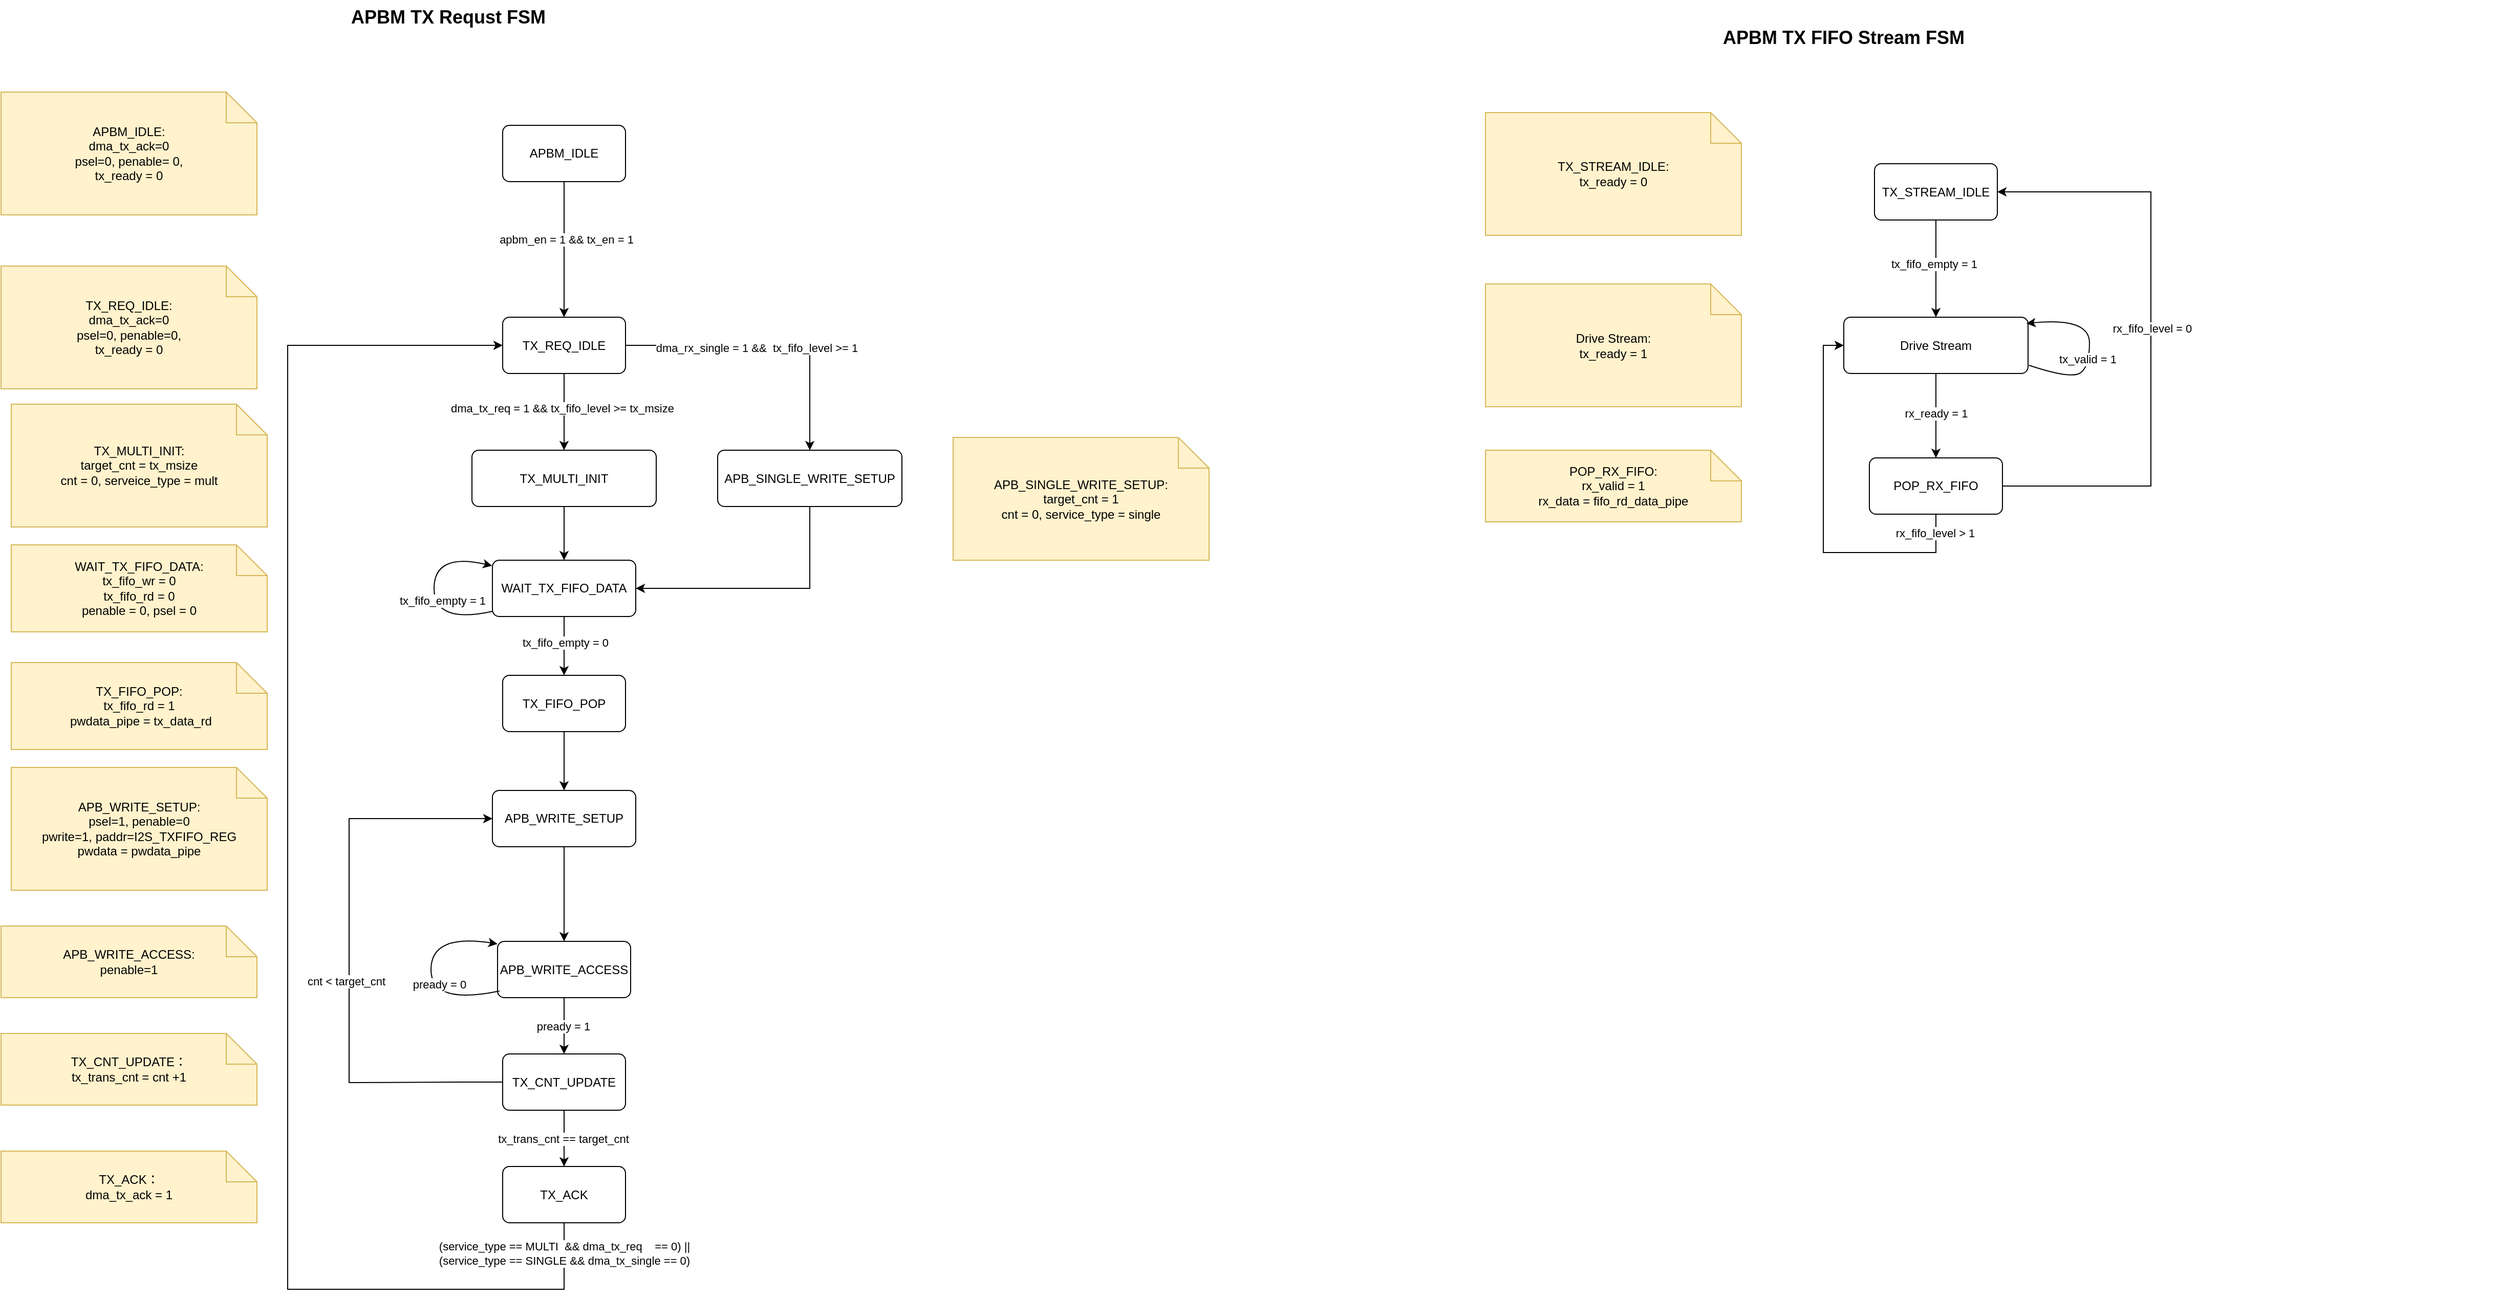
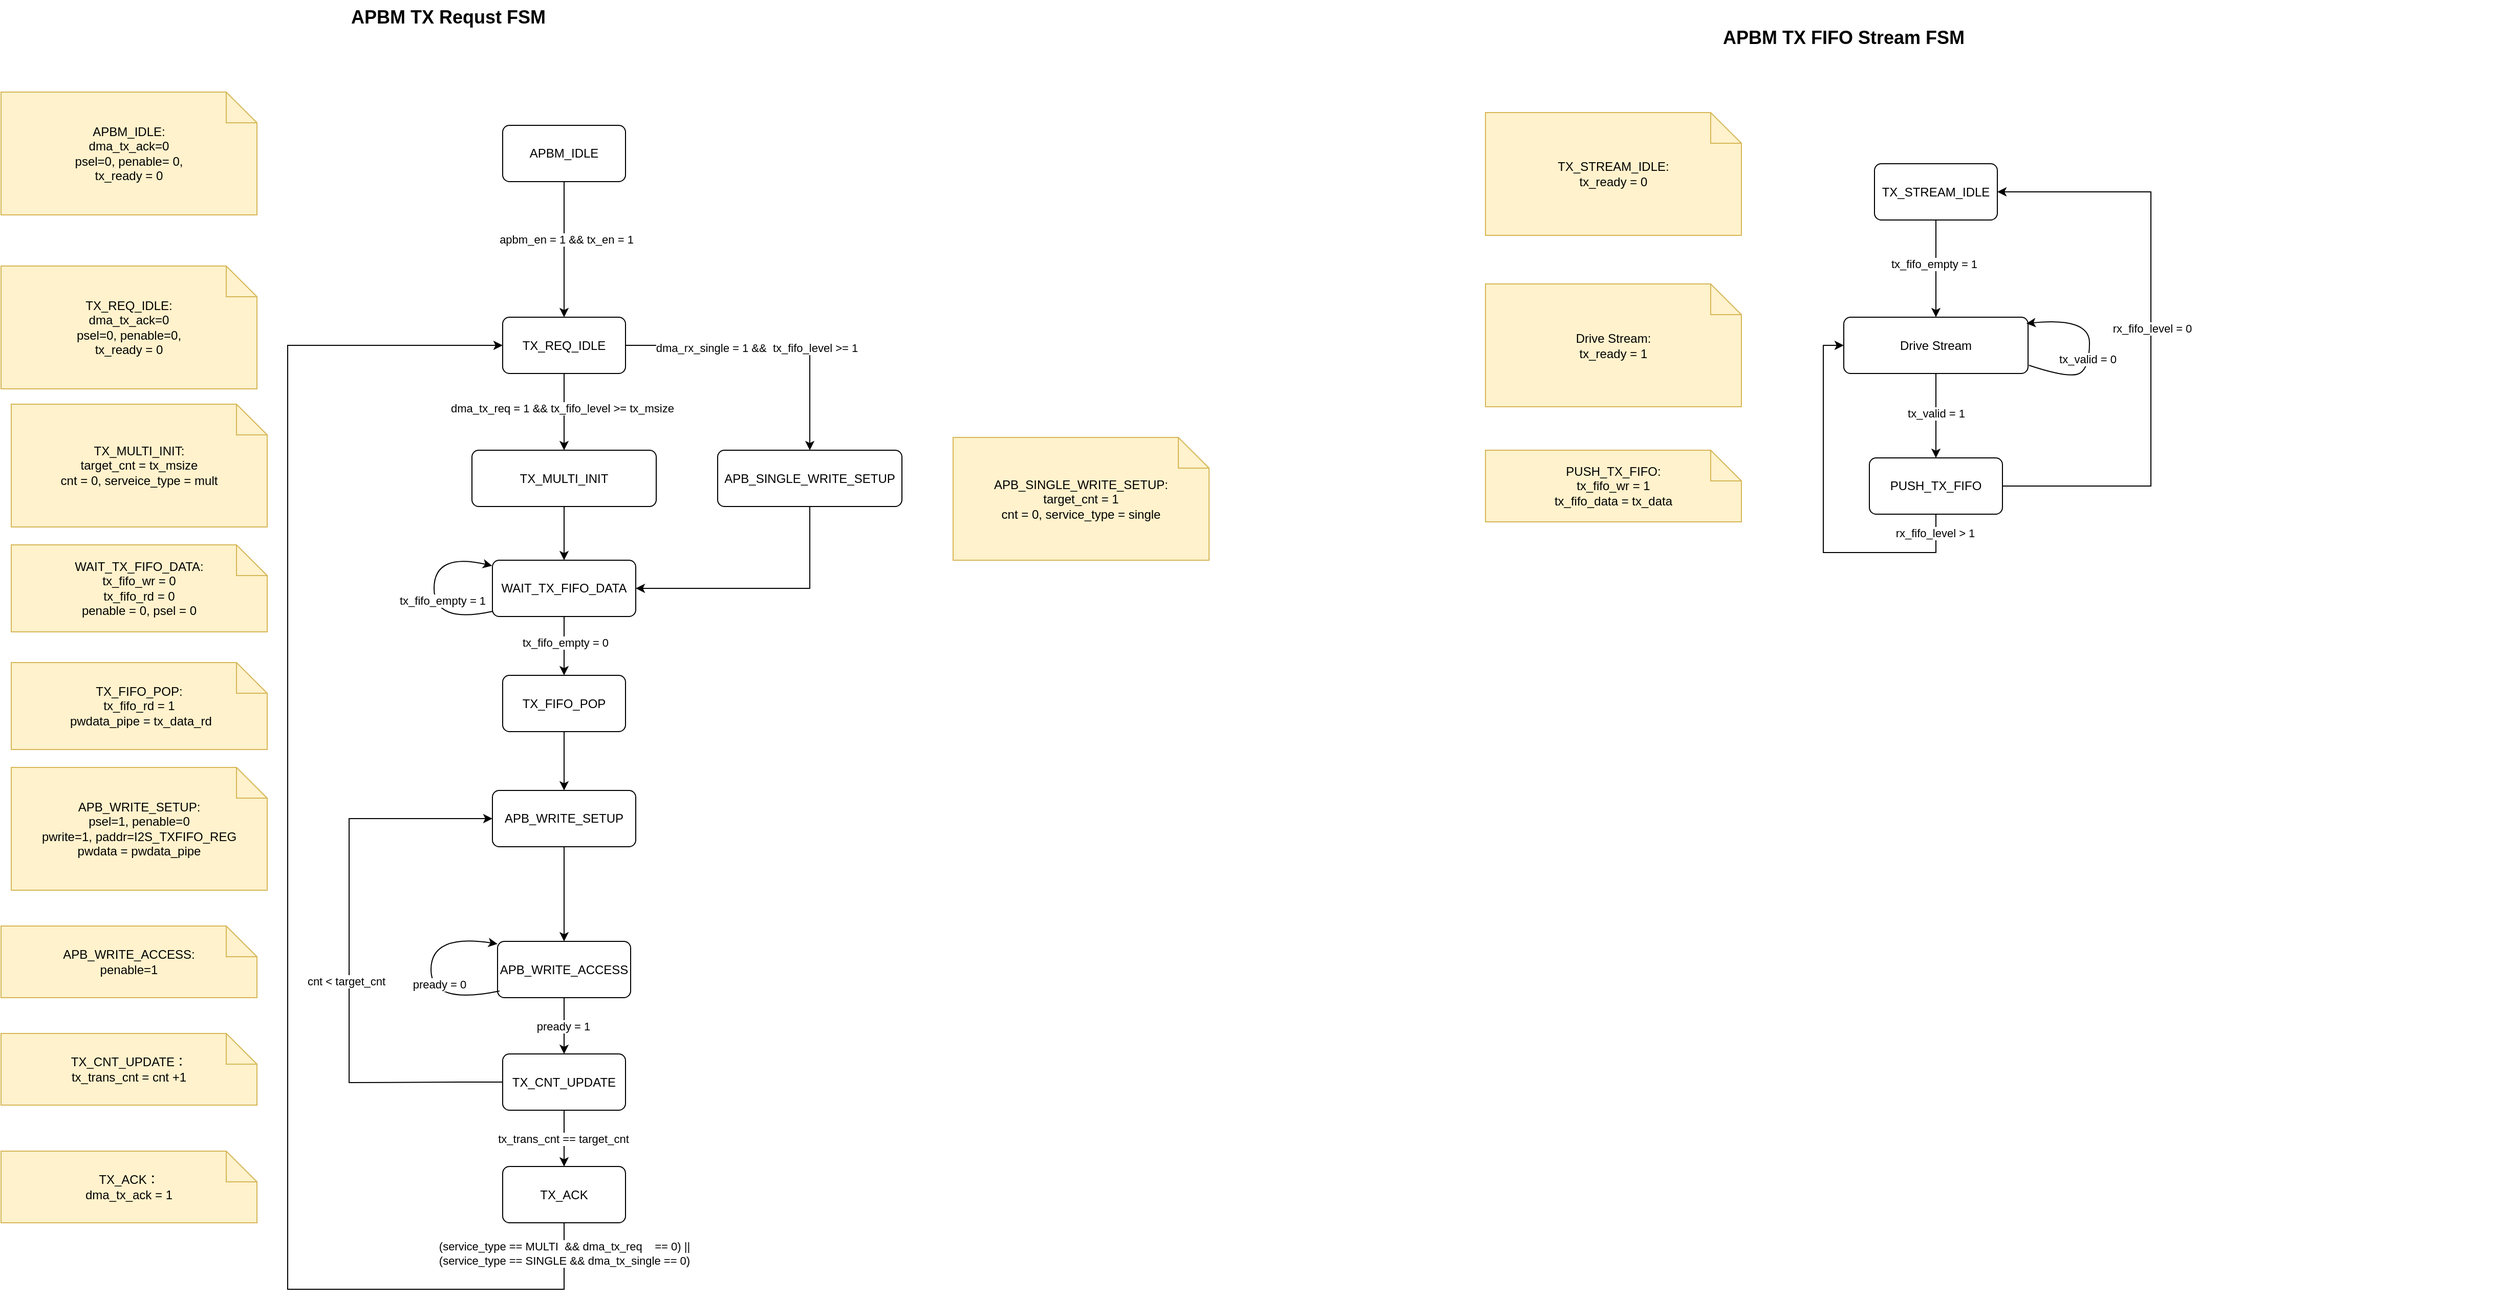
<mxfile host="app.diagrams.net">
  <diagram name="第 1 页" id="fH5n9Me7nUtPE_JYtTzi">
    <mxGraphModel dx="619" dy="350" grid="1" gridSize="10" guides="1" tooltips="1" connect="1" arrows="1" fold="1" page="1" pageScale="1" pageWidth="827" pageHeight="1169" math="0" shadow="0">
      <root>
        <mxCell id="0" />
        <mxCell id="1" parent="0" />
        <mxCell id="Ly1VW1kiYANL2SHkxWqd-1" parent="1" style="text;html=1;strokeColor=none;fillColor=none;fontSize=18;fontStyle=1;" value="APBM TX Requst FSM&amp;nbsp;&amp;nbsp;" vertex="1">
          <mxGeometry height="40" width="760" x="810" y="130" as="geometry" />
        </mxCell>
        <mxCell id="Ly1VW1kiYANL2SHkxWqd-2" parent="1" style="rounded=1;whiteSpace=wrap;html=1;arcSize=12;fillColor=#ffffff;strokeColor=#000000;" value="TX_REQ_IDLE" vertex="1">
          <mxGeometry height="55" width="120" x="960" y="440" as="geometry" />
        </mxCell>
        <mxCell id="Ly1VW1kiYANL2SHkxWqd-3" parent="1" style="rounded=1;whiteSpace=wrap;html=1;arcSize=12;fillColor=#ffffff;strokeColor=#000000;" value="APB_WRITE_SETUP" vertex="1">
          <mxGeometry height="55" width="140" x="950" y="902.5" as="geometry" />
        </mxCell>
        <mxCell id="Ly1VW1kiYANL2SHkxWqd-4" edge="1" parent="1" source="Ly1VW1kiYANL2SHkxWqd-2" style="endArrow=classic;html=1;rounded=0;exitX=0.5;exitY=1;exitDx=0;exitDy=0;entryX=0.5;entryY=0;entryDx=0;entryDy=0;" target="Ly1VW1kiYANL2SHkxWqd-40" value="">
          <mxGeometry height="50" relative="1" width="50" as="geometry">
            <mxPoint x="1040" y="560" as="sourcePoint" />
            <mxPoint x="1020" y="570" as="targetPoint" />
          </mxGeometry>
        </mxCell>
        <mxCell id="Ly1VW1kiYANL2SHkxWqd-5" connectable="0" parent="Ly1VW1kiYANL2SHkxWqd-4" style="edgeLabel;html=1;align=center;verticalAlign=middle;resizable=0;points=[];" value="dma_tx_req = 1 &amp;amp;&amp;amp; tx_fifo_level &amp;gt;= tx_msize" vertex="1">
          <mxGeometry relative="1" x="-0.0927" y="-2" as="geometry">
            <mxPoint as="offset" />
          </mxGeometry>
        </mxCell>
        <mxCell id="Ly1VW1kiYANL2SHkxWqd-6" parent="1" style="shape=note;whiteSpace=wrap;html=1;fillColor=#fff2cc;strokeColor=#d6b656;" value="APB_WRITE_SETUP:&lt;div&gt;psel=1, penable=0&lt;br&gt;pwrite=1, paddr=I2S_TXFIFO_REG&lt;/div&gt;&lt;div&gt;pwdata = pwdata_pipe&lt;/div&gt;" vertex="1">
          <mxGeometry height="120" width="250" x="480" y="880" as="geometry" />
        </mxCell>
        <mxCell id="Ly1VW1kiYANL2SHkxWqd-7" parent="1" style="rounded=1;whiteSpace=wrap;html=1;arcSize=12;fillColor=#ffffff;strokeColor=#000000;" value="APB_WRITE_ACCESS" vertex="1">
          <mxGeometry height="55" width="130" x="955" y="1050" as="geometry" />
        </mxCell>
        <mxCell id="Ly1VW1kiYANL2SHkxWqd-8" edge="1" parent="1" source="Ly1VW1kiYANL2SHkxWqd-3" style="endArrow=classic;html=1;rounded=0;exitX=0.5;exitY=1;exitDx=0;exitDy=0;entryX=0.5;entryY=0;entryDx=0;entryDy=0;" target="Ly1VW1kiYANL2SHkxWqd-7" value="">
          <mxGeometry height="50" relative="1" width="50" as="geometry">
            <mxPoint x="1030" y="1032.5" as="sourcePoint" />
            <mxPoint x="1080" y="982.5" as="targetPoint" />
          </mxGeometry>
        </mxCell>
        <mxCell id="Ly1VW1kiYANL2SHkxWqd-9" parent="1" style="shape=note;whiteSpace=wrap;html=1;fillColor=#fff2cc;strokeColor=#d6b656;" value="APB_WRITE_ACCESS:&lt;br&gt;penable=1" vertex="1">
          <mxGeometry height="70" width="250" x="470" y="1035" as="geometry" />
        </mxCell>
        <mxCell id="Ly1VW1kiYANL2SHkxWqd-10" edge="1" parent="1" source="Ly1VW1kiYANL2SHkxWqd-7" style="curved=1;endArrow=classic;html=1;rounded=0;exitX=0.015;exitY=0.881;exitDx=0;exitDy=0;entryX=0;entryY=0;entryDx=0;entryDy=0;exitPerimeter=0;" value="">
          <mxGeometry height="50" relative="1" width="50" as="geometry">
            <Array as="points">
              <mxPoint x="890" y="1112.5" />
              <mxPoint x="890" y="1042.5" />
            </Array>
            <mxPoint x="955" y="1107.5" as="sourcePoint" />
            <mxPoint x="955" y="1052.5" as="targetPoint" />
          </mxGeometry>
        </mxCell>
        <mxCell id="Ly1VW1kiYANL2SHkxWqd-11" connectable="0" parent="Ly1VW1kiYANL2SHkxWqd-10" style="edgeLabel;html=1;align=center;verticalAlign=middle;resizable=0;points=[];" value="pready = 0" vertex="1">
          <mxGeometry relative="1" x="-0.1215" y="-8" as="geometry">
            <mxPoint as="offset" />
          </mxGeometry>
        </mxCell>
        <mxCell id="Ly1VW1kiYANL2SHkxWqd-12" parent="1" style="rounded=1;whiteSpace=wrap;html=1;arcSize=12;fillColor=#ffffff;strokeColor=#000000;" value="WAIT_TX_FIFO_DATA" vertex="1">
          <mxGeometry height="55" width="140" x="950" y="677.5" as="geometry" />
        </mxCell>
        <mxCell id="Ly1VW1kiYANL2SHkxWqd-13" edge="1" parent="1" source="Ly1VW1kiYANL2SHkxWqd-7" style="endArrow=classic;html=1;rounded=0;exitX=0.5;exitY=1;exitDx=0;exitDy=0;entryX=0.5;entryY=0;entryDx=0;entryDy=0;" target="Ly1VW1kiYANL2SHkxWqd-47" value="">
          <mxGeometry height="50" relative="1" width="50" as="geometry">
            <mxPoint x="1010" y="1182.5" as="sourcePoint" />
            <mxPoint x="1020" y="1150" as="targetPoint" />
          </mxGeometry>
        </mxCell>
        <mxCell id="Ly1VW1kiYANL2SHkxWqd-14" connectable="0" parent="Ly1VW1kiYANL2SHkxWqd-13" style="edgeLabel;html=1;align=center;verticalAlign=middle;resizable=0;points=[];" value="pready = 1" vertex="1">
          <mxGeometry relative="1" x="0.0089" y="-1" as="geometry">
            <mxPoint as="offset" />
          </mxGeometry>
        </mxCell>
        <mxCell id="Ly1VW1kiYANL2SHkxWqd-15" parent="1" style="shape=note;whiteSpace=wrap;html=1;fillColor=#fff2cc;strokeColor=#d6b656;" value="WAIT_TX_FIFO_DATA:&lt;div&gt;tx_fifo_wr = 0&lt;/div&gt;&lt;div&gt;tx_fifo_rd = 0&lt;br&gt;&lt;/div&gt;&lt;div&gt;penable = 0, psel = 0&lt;/div&gt;" vertex="1">
          <mxGeometry height="85" width="250" x="480" y="662.5" as="geometry" />
        </mxCell>
        <mxCell id="Ly1VW1kiYANL2SHkxWqd-16" parent="1" style="rounded=1;whiteSpace=wrap;html=1;arcSize=12;fillColor=#ffffff;strokeColor=#000000;" value="TX_ACK" vertex="1">
          <mxGeometry height="55" width="120" x="960" y="1270" as="geometry" />
        </mxCell>
        <mxCell id="Ly1VW1kiYANL2SHkxWqd-17" edge="1" parent="1" source="Ly1VW1kiYANL2SHkxWqd-47" style="endArrow=classic;html=1;rounded=0;exitX=0.5;exitY=1;exitDx=0;exitDy=0;entryX=0.5;entryY=0;entryDx=0;entryDy=0;" target="Ly1VW1kiYANL2SHkxWqd-16" value="">
          <mxGeometry height="50" relative="1" width="50" as="geometry">
            <mxPoint x="1150.3600000000001" y="1105" as="sourcePoint" />
            <mxPoint x="1150" y="1140" as="targetPoint" />
          </mxGeometry>
        </mxCell>
        <mxCell id="Ly1VW1kiYANL2SHkxWqd-18" connectable="0" parent="Ly1VW1kiYANL2SHkxWqd-17" style="edgeLabel;html=1;align=center;verticalAlign=middle;resizable=0;points=[];" value="tx_trans_cnt == target_cnt" vertex="1">
          <mxGeometry relative="1" x="0.0089" y="-1" as="geometry">
            <mxPoint as="offset" />
          </mxGeometry>
        </mxCell>
        <mxCell id="Ly1VW1kiYANL2SHkxWqd-19" parent="1" style="shape=note;whiteSpace=wrap;html=1;fillColor=#fff2cc;strokeColor=#d6b656;" value="TX_ACK：&lt;div&gt;dma_tx_ack = 1&lt;/div&gt;" vertex="1">
          <mxGeometry height="70" width="250" x="470" y="1255" as="geometry" />
        </mxCell>
        <mxCell id="Ly1VW1kiYANL2SHkxWqd-20" parent="1" style="shape=note;whiteSpace=wrap;html=1;fillColor=#fff2cc;strokeColor=#d6b656;" value="TX_REQ_IDLE:&lt;div&gt;dma_tx_ack=0&lt;/div&gt;&lt;div&gt;psel=0, penable=0,&lt;br&gt;&lt;/div&gt;&lt;div&gt;tx_ready = 0&lt;br&gt;&lt;/div&gt;" vertex="1">
          <mxGeometry height="120" width="250" x="470" y="390" as="geometry" />
        </mxCell>
        <mxCell id="Ly1VW1kiYANL2SHkxWqd-21" edge="1" parent="1" source="Ly1VW1kiYANL2SHkxWqd-16" style="endArrow=classic;html=1;rounded=0;exitX=0.5;exitY=1;exitDx=0;exitDy=0;edgeStyle=orthogonalEdgeStyle;entryX=0;entryY=0.5;entryDx=0;entryDy=0;" target="Ly1VW1kiYANL2SHkxWqd-2" value="">
          <mxGeometry height="50" relative="1" width="50" as="geometry">
            <Array as="points">
              <mxPoint x="1020" y="1390" />
              <mxPoint x="750" y="1390" />
              <mxPoint x="750" y="467" />
            </Array>
            <mxPoint x="909.95" y="1052.5" as="sourcePoint" />
            <mxPoint x="850" y="465" as="targetPoint" />
          </mxGeometry>
        </mxCell>
        <mxCell id="Ly1VW1kiYANL2SHkxWqd-22" connectable="0" parent="Ly1VW1kiYANL2SHkxWqd-21" style="edgeLabel;html=1;align=center;verticalAlign=middle;resizable=0;points=[];" value="&lt;div&gt;(service_type == MULTI&amp;nbsp; &amp;amp;&amp;amp; dma_tx_req&amp;nbsp; &amp;nbsp; == 0) ||&lt;/div&gt;&lt;div&gt;(service_type == SINGLE &amp;amp;&amp;amp; dma_tx_single == 0)&lt;/div&gt;" vertex="1">
          <mxGeometry relative="1" x="-0.9589" as="geometry">
            <mxPoint as="offset" />
          </mxGeometry>
        </mxCell>
        <mxCell id="Ly1VW1kiYANL2SHkxWqd-23" edge="1" parent="1" source="Ly1VW1kiYANL2SHkxWqd-2" style="endArrow=classic;html=1;rounded=0;exitX=1;exitY=0.5;exitDx=0;exitDy=0;edgeStyle=orthogonalEdgeStyle;entryX=0.5;entryY=0;entryDx=0;entryDy=0;" target="Ly1VW1kiYANL2SHkxWqd-25" value="">
          <mxGeometry height="50" relative="1" width="50" as="geometry">
            <mxPoint x="1250" y="540" as="sourcePoint" />
            <mxPoint x="1260" y="560" as="targetPoint" />
          </mxGeometry>
        </mxCell>
        <mxCell id="Ly1VW1kiYANL2SHkxWqd-24" connectable="0" parent="Ly1VW1kiYANL2SHkxWqd-23" style="edgeLabel;html=1;align=center;verticalAlign=middle;resizable=0;points=[];" value="dma_rx_single = 1 &amp;amp;&amp;amp;&amp;nbsp; tx_fifo_level &amp;gt;= 1" vertex="1">
          <mxGeometry relative="1" x="-0.0927" y="-2" as="geometry">
            <mxPoint as="offset" />
          </mxGeometry>
        </mxCell>
        <mxCell id="Ly1VW1kiYANL2SHkxWqd-25" parent="1" style="rounded=1;whiteSpace=wrap;html=1;arcSize=12;fillColor=#ffffff;strokeColor=#000000;" value="APB_SINGLE_WRITE_SETUP" vertex="1">
          <mxGeometry height="55" width="180" x="1170" y="570" as="geometry" />
        </mxCell>
        <mxCell id="Ly1VW1kiYANL2SHkxWqd-26" parent="1" style="shape=note;whiteSpace=wrap;html=1;fillColor=#fff2cc;strokeColor=#d6b656;" value="APB_SINGLE_WRITE_SETUP:&lt;div&gt;target_cnt = 1&lt;br&gt;cnt = 0, service_type = single&lt;/div&gt;" vertex="1">
          <mxGeometry height="120" width="250" x="1400" y="557.5" as="geometry" />
        </mxCell>
        <mxCell id="Ly1VW1kiYANL2SHkxWqd-27" edge="1" parent="1" source="Ly1VW1kiYANL2SHkxWqd-25" style="endArrow=classic;html=1;rounded=0;exitX=0.5;exitY=1;exitDx=0;exitDy=0;edgeStyle=orthogonalEdgeStyle;entryX=1;entryY=0.5;entryDx=0;entryDy=0;" target="Ly1VW1kiYANL2SHkxWqd-12" value="">
          <mxGeometry height="50" relative="1" width="50" as="geometry">
            <mxPoint x="1230" y="950" as="sourcePoint" />
            <mxPoint x="1210" y="680" as="targetPoint" />
          </mxGeometry>
        </mxCell>
        <mxCell id="Ly1VW1kiYANL2SHkxWqd-28" parent="1" style="rounded=1;whiteSpace=wrap;html=1;arcSize=12;fillColor=#ffffff;strokeColor=#000000;" value="TX_FIFO_POP" vertex="1">
          <mxGeometry height="55" width="120" x="960" y="790" as="geometry" />
        </mxCell>
        <mxCell id="Ly1VW1kiYANL2SHkxWqd-29" edge="1" parent="1" source="Ly1VW1kiYANL2SHkxWqd-12" style="endArrow=classic;html=1;rounded=0;exitX=0.5;exitY=1;exitDx=0;exitDy=0;entryX=0.5;entryY=0;entryDx=0;entryDy=0;" target="Ly1VW1kiYANL2SHkxWqd-28" value="">
          <mxGeometry height="50" relative="1" width="50" as="geometry">
            <mxPoint x="1090" y="797.5" as="sourcePoint" />
            <mxPoint x="1040" y="787.5" as="targetPoint" />
          </mxGeometry>
        </mxCell>
        <mxCell id="Ly1VW1kiYANL2SHkxWqd-30" connectable="0" parent="Ly1VW1kiYANL2SHkxWqd-29" style="edgeLabel;html=1;align=center;verticalAlign=middle;resizable=0;points=[];" value="tx_fifo_empty = 0" vertex="1">
          <mxGeometry relative="1" x="-0.1138" y="1" as="geometry">
            <mxPoint as="offset" />
          </mxGeometry>
        </mxCell>
        <mxCell id="Ly1VW1kiYANL2SHkxWqd-31" edge="1" parent="1" style="curved=1;endArrow=classic;html=1;rounded=0;entryX=-0.002;entryY=0.099;entryDx=0;entryDy=0;entryPerimeter=0;" target="Ly1VW1kiYANL2SHkxWqd-12" value="">
          <mxGeometry height="50" relative="1" width="50" as="geometry">
            <Array as="points">
              <mxPoint x="893" y="740" />
              <mxPoint x="893" y="670" />
            </Array>
            <mxPoint x="950" y="727.5" as="sourcePoint" />
            <mxPoint x="958" y="680" as="targetPoint" />
          </mxGeometry>
        </mxCell>
        <mxCell id="Ly1VW1kiYANL2SHkxWqd-32" connectable="0" parent="Ly1VW1kiYANL2SHkxWqd-31" style="edgeLabel;html=1;align=center;verticalAlign=middle;resizable=0;points=[];" value="tx_fifo_empty = 1" vertex="1">
          <mxGeometry relative="1" x="-0.1215" y="-8" as="geometry">
            <mxPoint as="offset" />
          </mxGeometry>
        </mxCell>
        <mxCell id="Ly1VW1kiYANL2SHkxWqd-33" parent="1" style="shape=note;whiteSpace=wrap;html=1;fillColor=#fff2cc;strokeColor=#d6b656;" value="TX_FIFO_POP:&lt;div&gt;tx_fifo_rd = 1&lt;br&gt;&lt;div&gt;&amp;nbsp;pwdata_pipe = tx_data_rd&lt;/div&gt;&lt;/div&gt;" vertex="1">
          <mxGeometry height="85" width="250" x="480" y="777.5" as="geometry" />
        </mxCell>
        <mxCell id="Ly1VW1kiYANL2SHkxWqd-34" parent="1" style="rounded=1;whiteSpace=wrap;html=1;arcSize=12;fillColor=#ffffff;strokeColor=#000000;" value="APBM_IDLE" vertex="1">
          <mxGeometry height="55" width="120" x="960" y="252.5" as="geometry" />
        </mxCell>
        <mxCell id="Ly1VW1kiYANL2SHkxWqd-35" edge="1" parent="1" source="Ly1VW1kiYANL2SHkxWqd-34" style="endArrow=classic;html=1;rounded=0;exitX=0.5;exitY=1;exitDx=0;exitDy=0;" target="Ly1VW1kiYANL2SHkxWqd-2" value="">
          <mxGeometry height="50" relative="1" width="50" as="geometry">
            <mxPoint x="1060" y="360" as="sourcePoint" />
            <mxPoint x="1110" y="310" as="targetPoint" />
          </mxGeometry>
        </mxCell>
        <mxCell id="Ly1VW1kiYANL2SHkxWqd-36" connectable="0" parent="Ly1VW1kiYANL2SHkxWqd-35" style="edgeLabel;html=1;align=center;verticalAlign=middle;resizable=0;points=[];" value="apbm_en = 1 &amp;amp;&amp;amp; tx_en = 1" vertex="1">
          <mxGeometry relative="1" x="-0.1446" y="2" as="geometry">
            <mxPoint as="offset" />
          </mxGeometry>
        </mxCell>
        <mxCell id="Ly1VW1kiYANL2SHkxWqd-37" parent="1" style="shape=note;whiteSpace=wrap;html=1;fillColor=#fff2cc;strokeColor=#d6b656;" value="APBM_IDLE:&lt;div&gt;dma_tx_ack=0&lt;/div&gt;&lt;div&gt;psel=0, penable= 0,&lt;br&gt;&lt;/div&gt;&lt;div&gt;tx_ready = 0&lt;/div&gt;" vertex="1">
          <mxGeometry height="120" width="250" x="470" y="220" as="geometry" />
        </mxCell>
        <mxCell id="Ly1VW1kiYANL2SHkxWqd-38" edge="1" parent="1" source="Ly1VW1kiYANL2SHkxWqd-47" style="endArrow=classic;html=1;rounded=0;edgeStyle=orthogonalEdgeStyle;entryX=0;entryY=0.5;entryDx=0;entryDy=0;exitX=0;exitY=0.5;exitDx=0;exitDy=0;" target="Ly1VW1kiYANL2SHkxWqd-3" value="">
          <mxGeometry height="50" relative="1" width="50" as="geometry">
            <Array as="points">
              <mxPoint x="920" y="1187" />
              <mxPoint x="810" y="1188" />
              <mxPoint x="810" y="930" />
            </Array>
            <mxPoint x="920" y="1150" as="sourcePoint" />
            <mxPoint x="800" y="810" as="targetPoint" />
          </mxGeometry>
        </mxCell>
        <mxCell id="Ly1VW1kiYANL2SHkxWqd-39" connectable="0" parent="Ly1VW1kiYANL2SHkxWqd-38" style="edgeLabel;html=1;align=center;verticalAlign=middle;resizable=0;points=[];" value="cnt &amp;lt; target_cnt" vertex="1">
          <mxGeometry relative="1" x="-0.0902" y="3" as="geometry">
            <mxPoint as="offset" />
          </mxGeometry>
        </mxCell>
        <mxCell id="Ly1VW1kiYANL2SHkxWqd-40" parent="1" style="rounded=1;whiteSpace=wrap;html=1;arcSize=12;fillColor=#ffffff;strokeColor=#000000;" value="TX_MULTI_INIT" vertex="1">
          <mxGeometry height="55" width="180" x="930" y="570" as="geometry" />
        </mxCell>
        <mxCell id="Ly1VW1kiYANL2SHkxWqd-41" edge="1" parent="1" source="Ly1VW1kiYANL2SHkxWqd-40" style="endArrow=classic;html=1;rounded=0;exitX=0.5;exitY=1;exitDx=0;exitDy=0;entryX=0.5;entryY=0;entryDx=0;entryDy=0;" target="Ly1VW1kiYANL2SHkxWqd-12" value="">
          <mxGeometry height="50" relative="1" width="50" as="geometry">
            <mxPoint x="1010" y="640" as="sourcePoint" />
            <mxPoint x="1020" y="670" as="targetPoint" />
          </mxGeometry>
        </mxCell>
        <mxCell id="Ly1VW1kiYANL2SHkxWqd-42" parent="1" style="shape=note;whiteSpace=wrap;html=1;fillColor=#fff2cc;strokeColor=#d6b656;" value="TX_MULTI_INIT:&lt;div&gt;target_cnt = tx_msize&lt;br&gt;cnt = 0, serveice_type = mult&lt;/div&gt;" vertex="1">
          <mxGeometry height="120" width="250" x="480" y="525" as="geometry" />
        </mxCell>
        <mxCell id="Ly1VW1kiYANL2SHkxWqd-45" edge="1" parent="1" source="Ly1VW1kiYANL2SHkxWqd-28" style="endArrow=classic;html=1;rounded=0;exitX=0.5;exitY=1;exitDx=0;exitDy=0;" target="Ly1VW1kiYANL2SHkxWqd-3" value="">
          <mxGeometry height="50" relative="1" width="50" as="geometry">
            <mxPoint x="1019.5699999999999" y="845" as="sourcePoint" />
            <mxPoint x="1019.5699999999999" y="902" as="targetPoint" />
          </mxGeometry>
        </mxCell>
        <mxCell id="Ly1VW1kiYANL2SHkxWqd-47" parent="1" style="rounded=1;whiteSpace=wrap;html=1;arcSize=12;fillColor=#ffffff;strokeColor=#000000;" value="TX_CNT_UPDATE" vertex="1">
          <mxGeometry height="55" width="120" x="960" y="1160" as="geometry" />
        </mxCell>
        <mxCell id="Ly1VW1kiYANL2SHkxWqd-48" parent="1" style="shape=note;whiteSpace=wrap;html=1;fillColor=#fff2cc;strokeColor=#d6b656;" value="TX_CNT_UPDATE：&lt;div&gt;tx_trans_cnt = cnt +1&lt;/div&gt;" vertex="1">
          <mxGeometry height="70" width="250" x="470" y="1140" as="geometry" />
        </mxCell>
        <mxCell id="Ly1VW1kiYANL2SHkxWqd-49" parent="1" style="text;html=1;strokeColor=none;fillColor=none;fontSize=18;fontStyle=1;" value="APBM TX FIFO Stream FSM&amp;nbsp;&amp;nbsp;" vertex="1">
          <mxGeometry height="40" width="760" x="2150" y="150" as="geometry" />
        </mxCell>
        <mxCell id="Ly1VW1kiYANL2SHkxWqd-50" parent="1" style="rounded=1;whiteSpace=wrap;html=1;arcSize=12;fillColor=#ffffff;strokeColor=#000000;" value="TX_STREAM_IDLE" vertex="1">
          <mxGeometry height="55" width="120" x="2300" y="290" as="geometry" />
        </mxCell>
        <mxCell id="Ly1VW1kiYANL2SHkxWqd-51" parent="1" style="rounded=1;whiteSpace=wrap;html=1;arcSize=12;fillColor=#ffffff;strokeColor=#000000;" value="Drive Stream" vertex="1">
          <mxGeometry height="55" width="180" x="2270" y="440" as="geometry" />
        </mxCell>
        <mxCell id="Ly1VW1kiYANL2SHkxWqd-52" edge="1" parent="1" source="Ly1VW1kiYANL2SHkxWqd-50" style="endArrow=classic;html=1;rounded=0;exitX=0.5;exitY=1;exitDx=0;exitDy=0;entryX=0.5;entryY=0;entryDx=0;entryDy=0;" target="Ly1VW1kiYANL2SHkxWqd-51" value="">
          <mxGeometry height="50" relative="1" width="50" as="geometry">
            <mxPoint x="2380" y="410" as="sourcePoint" />
            <mxPoint x="2430" y="360" as="targetPoint" />
          </mxGeometry>
        </mxCell>
        <mxCell id="Ly1VW1kiYANL2SHkxWqd-53" connectable="0" parent="Ly1VW1kiYANL2SHkxWqd-52" style="edgeLabel;html=1;align=center;verticalAlign=middle;resizable=0;points=[];" value="tx_fifo_empty = 1" vertex="1">
          <mxGeometry relative="1" x="-0.0927" y="-2" as="geometry">
            <mxPoint as="offset" />
          </mxGeometry>
        </mxCell>
        <mxCell id="Ly1VW1kiYANL2SHkxWqd-54" parent="1" style="shape=note;whiteSpace=wrap;html=1;fillColor=#fff2cc;strokeColor=#d6b656;" value="Drive Stream:&lt;div&gt;tx_ready = 1&lt;/div&gt;" vertex="1">
          <mxGeometry height="120" width="250" x="1920" y="407.5" as="geometry" />
        </mxCell>
-         <mxCell id="Ly1VW1kiYANL2SHkxWqd-55" parent="1" style="rounded=1;whiteSpace=wrap;html=1;arcSize=12;fillColor=#ffffff;strokeColor=#000000;" value="POP_RX_FIFO" vertex="1">
+         <mxCell id="Ly1VW1kiYANL2SHkxWqd-55" parent="1" style="rounded=1;whiteSpace=wrap;html=1;arcSize=12;fillColor=#ffffff;strokeColor=#000000;" value="PUSH_TX_FIFO" vertex="1">
          <mxGeometry height="55" width="130" x="2295" y="577.5" as="geometry" />
        </mxCell>
        <mxCell id="Ly1VW1kiYANL2SHkxWqd-56" edge="1" parent="1" source="Ly1VW1kiYANL2SHkxWqd-51" style="endArrow=classic;html=1;rounded=0;exitX=0.5;exitY=1;exitDx=0;exitDy=0;entryX=0.5;entryY=0;entryDx=0;entryDy=0;" target="Ly1VW1kiYANL2SHkxWqd-55" value="">
          <mxGeometry height="50" relative="1" width="50" as="geometry">
            <mxPoint x="2370" y="560" as="sourcePoint" />
            <mxPoint x="2420" y="510" as="targetPoint" />
          </mxGeometry>
        </mxCell>
-         <mxCell id="Ly1VW1kiYANL2SHkxWqd-57" connectable="0" parent="Ly1VW1kiYANL2SHkxWqd-56" style="edgeLabel;html=1;align=center;verticalAlign=middle;resizable=0;points=[];" value="rx_ready = 1" vertex="1">
+         <mxCell id="Ly1VW1kiYANL2SHkxWqd-57" connectable="0" parent="Ly1VW1kiYANL2SHkxWqd-56" style="edgeLabel;html=1;align=center;verticalAlign=middle;resizable=0;points=[];" value="tx_valid = 1" vertex="1">
          <mxGeometry relative="1" x="-0.0537" as="geometry">
            <mxPoint as="offset" />
          </mxGeometry>
        </mxCell>
-         <mxCell id="Ly1VW1kiYANL2SHkxWqd-58" parent="1" style="shape=note;whiteSpace=wrap;html=1;fillColor=#fff2cc;strokeColor=#d6b656;" value="POP_RX_FIFO:&lt;div&gt;rx_valid = 1&lt;/div&gt;&lt;div&gt;rx_data = fifo_rd_data_pipe&lt;/div&gt;" vertex="1">
+         <mxCell id="Ly1VW1kiYANL2SHkxWqd-58" parent="1" style="shape=note;whiteSpace=wrap;html=1;fillColor=#fff2cc;strokeColor=#d6b656;" value="PUSH_TX_FIFO:&lt;div&gt;tx_fifo_wr = 1&lt;/div&gt;&lt;div&gt;tx_fifo_data = tx_data&lt;/div&gt;" vertex="1">
          <mxGeometry height="70" width="250" x="1920" y="570" as="geometry" />
        </mxCell>
        <mxCell id="Ly1VW1kiYANL2SHkxWqd-59" parent="1" style="shape=note;whiteSpace=wrap;html=1;fillColor=#fff2cc;strokeColor=#d6b656;" value="TX_STREAM_IDLE:&lt;div&gt;tx_ready = 0&lt;/div&gt;" vertex="1">
          <mxGeometry height="120" width="250" x="1920" y="240" as="geometry" />
        </mxCell>
        <mxCell id="Ly1VW1kiYANL2SHkxWqd-60" edge="1" parent="1" source="Ly1VW1kiYANL2SHkxWqd-55" style="endArrow=classic;html=1;rounded=0;exitX=0.5;exitY=1;exitDx=0;exitDy=0;entryX=0;entryY=0.5;entryDx=0;entryDy=0;edgeStyle=orthogonalEdgeStyle;" target="Ly1VW1kiYANL2SHkxWqd-51" value="">
          <mxGeometry height="50" relative="1" width="50" as="geometry">
            <Array as="points">
              <mxPoint x="2360" y="670" />
              <mxPoint x="2250" y="670" />
              <mxPoint x="2250" y="468" />
            </Array>
            <mxPoint x="2550" y="570" as="sourcePoint" />
            <mxPoint x="2600" y="520" as="targetPoint" />
          </mxGeometry>
        </mxCell>
        <mxCell id="Ly1VW1kiYANL2SHkxWqd-61" connectable="0" parent="Ly1VW1kiYANL2SHkxWqd-60" style="edgeLabel;html=1;align=center;verticalAlign=middle;resizable=0;points=[];" value="rx_fifo_level &amp;gt; 1" vertex="1">
          <mxGeometry relative="1" x="-0.9016" y="-1" as="geometry">
            <mxPoint as="offset" />
          </mxGeometry>
        </mxCell>
        <mxCell id="Ly1VW1kiYANL2SHkxWqd-62" edge="1" parent="1" source="Ly1VW1kiYANL2SHkxWqd-55" style="endArrow=classic;html=1;rounded=0;exitX=1;exitY=0.5;exitDx=0;exitDy=0;entryX=1;entryY=0.5;entryDx=0;entryDy=0;edgeStyle=orthogonalEdgeStyle;" target="Ly1VW1kiYANL2SHkxWqd-50" value="">
          <mxGeometry height="50" relative="1" width="50" as="geometry">
            <Array as="points">
              <mxPoint x="2570" y="605" />
              <mxPoint x="2570" y="318" />
            </Array>
            <mxPoint x="2510" y="600" as="sourcePoint" />
            <mxPoint x="2560" y="550" as="targetPoint" />
          </mxGeometry>
        </mxCell>
        <mxCell id="Ly1VW1kiYANL2SHkxWqd-63" connectable="0" parent="Ly1VW1kiYANL2SHkxWqd-62" style="edgeLabel;html=1;align=center;verticalAlign=middle;resizable=0;points=[];" value="rx_fifo_level = 0" vertex="1">
          <mxGeometry relative="1" x="0.0267" y="-1" as="geometry">
            <mxPoint as="offset" />
          </mxGeometry>
        </mxCell>
        <mxCell id="Ly1VW1kiYANL2SHkxWqd-64" edge="1" parent="1" source="Ly1VW1kiYANL2SHkxWqd-51" style="curved=1;endArrow=classic;html=1;rounded=0;entryX=0.991;entryY=0.112;entryDx=0;entryDy=0;exitX=1.005;exitY=0.854;exitDx=0;exitDy=0;exitPerimeter=0;entryPerimeter=0;" target="Ly1VW1kiYANL2SHkxWqd-51" value="">
          <mxGeometry height="50" relative="1" width="50" as="geometry">
            <Array as="points">
              <mxPoint x="2490" y="500" />
              <mxPoint x="2510" y="490" />
              <mxPoint x="2510" y="440" />
            </Array>
            <mxPoint x="2460" y="560" as="sourcePoint" />
            <mxPoint x="2510" y="510" as="targetPoint" />
          </mxGeometry>
        </mxCell>
-         <mxCell id="Ly1VW1kiYANL2SHkxWqd-65" connectable="0" parent="Ly1VW1kiYANL2SHkxWqd-64" style="edgeLabel;html=1;align=center;verticalAlign=middle;resizable=0;points=[];" value="tx_valid = 1" vertex="1">
+         <mxCell id="Ly1VW1kiYANL2SHkxWqd-65" connectable="0" parent="Ly1VW1kiYANL2SHkxWqd-64" style="edgeLabel;html=1;align=center;verticalAlign=middle;resizable=0;points=[];" value="tx_valid = 0" vertex="1">
          <mxGeometry relative="1" x="-0.1698" y="2" as="geometry">
            <mxPoint as="offset" />
          </mxGeometry>
        </mxCell>
      </root>
    </mxGraphModel>
  </diagram>
</mxfile>
